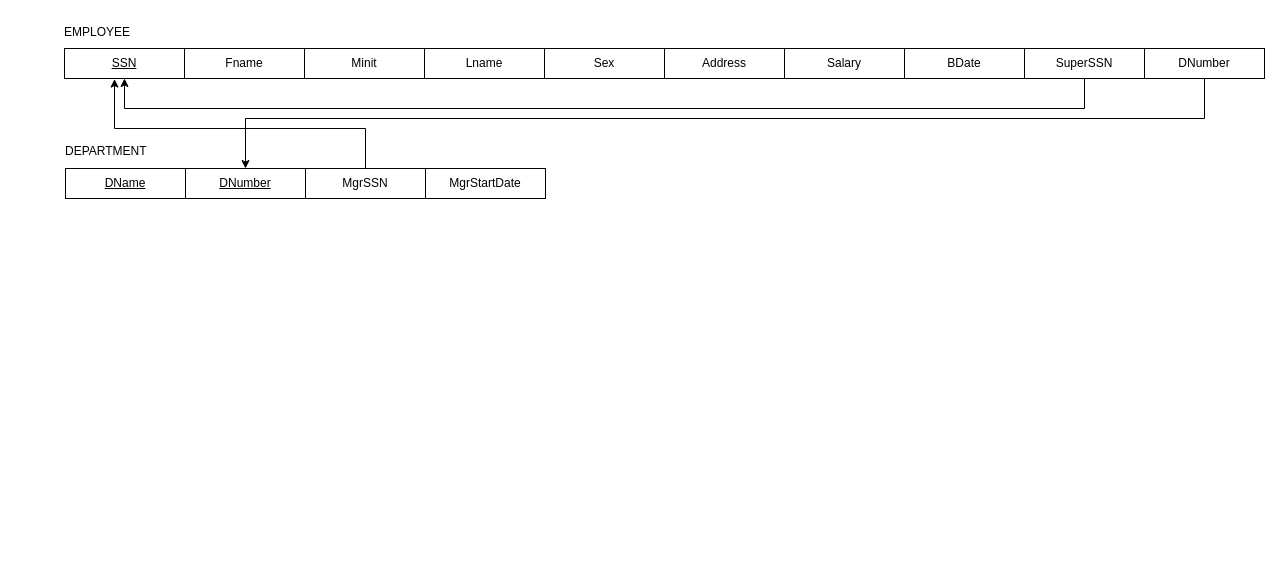
Earlier version of the draw.io diagram dbschema.drawio (melvinchia3636/erd). Source tidied: cells renumbered, new cells numbered last; positions are measured from the earlier drawing's top-left corner, leaving out a move shared by most shapes. Both pictures are drawn from the tidied source at 100%, with x=0, y=0 at pixel (62, 17).
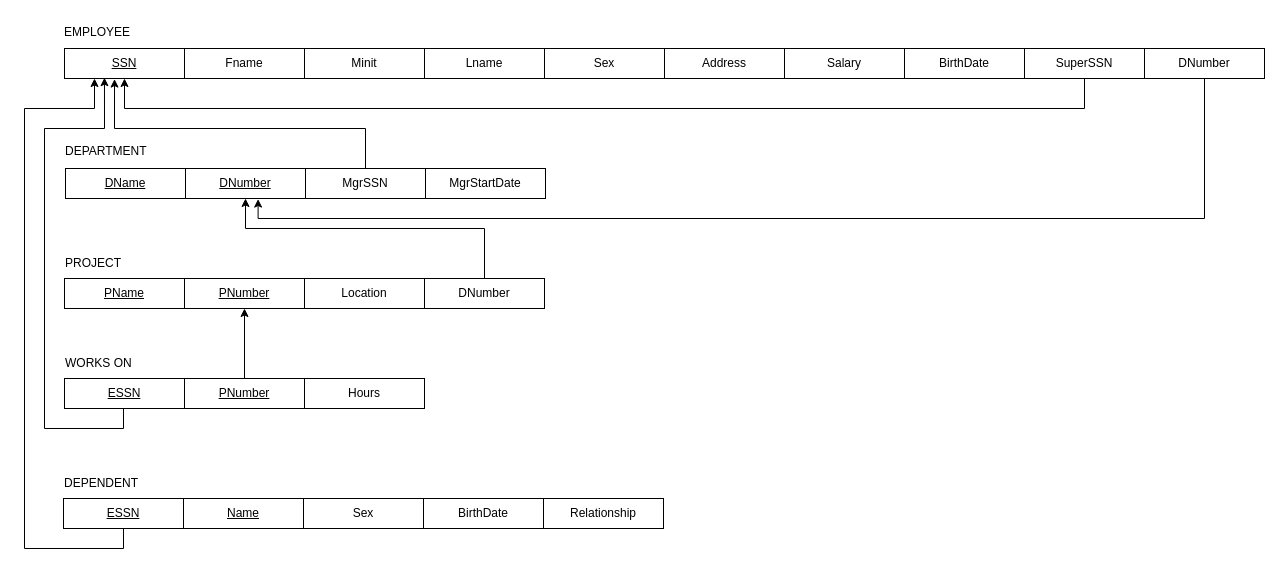
The same diagram, later.

The change refers to these unchanged cells:
```xml
<mxCell id="8" value="SSN" style="rounded=0;whiteSpace=wrap;html=1;fontStyle=4;" parent="1" vertex="1">
  <mxGeometry x="2" y="31" width="120" height="30" as="geometry" />
</mxCell>
<mxCell id="13" value="DNumber" style="rounded=0;whiteSpace=wrap;html=1;fontStyle=4;" parent="1" vertex="1">
  <mxGeometry x="123" y="151" width="120" height="30" as="geometry" />
</mxCell>
<mxCell id="15" value="DNumber" style="rounded=0;whiteSpace=wrap;html=1;" parent="1" vertex="1">
  <mxGeometry x="1082" y="31" width="120" height="30" as="geometry" />
</mxCell>
```

The edit, as a diff of the source:
```diff
@@
-    <mxCell id="14" style="edgeStyle=orthogonalEdgeStyle;rounded=0;jettySize=auto;html=1;entryX=0.5;entryY=0;entryDx=0;entryDy=0;exitX=0.5;exitY=1;exitDx=0;exitDy=0;" parent="1" edge="1" source="15" target="13">
+    <mxCell id="14" style="edgeStyle=orthogonalEdgeStyle;rounded=0;jettySize=auto;html=1;exitX=0.5;exitY=1;exitDx=0;exitDy=0;entryX=0.605;entryY=1.019;entryDx=0;entryDy=0;entryPerimeter=0;" parent="1" edge="1" source="15" target="13">
       <mxGeometry relative="1" as="geometry">
         <Array as="points">
-          <mxPoint x="1142" y="101" />
-          <mxPoint x="183" y="101" />
+          <mxPoint x="1142" y="201" />
+          <mxPoint x="196" y="201" />
         </Array>
       </mxGeometry>
     </mxCell>
@@
-    <mxCell id="20" value="BDate" style="rounded=0;whiteSpace=wrap;html=1;" parent="1" vertex="1">
+    <mxCell id="20" value="BirthDate" style="rounded=0;whiteSpace=wrap;html=1;" parent="1" vertex="1">
       <mxGeometry x="842" y="31" width="120" height="30" as="geometry" />
     </mxCell>
+    <mxCell id="21" value="PName" style="rounded=0;whiteSpace=wrap;html=1;fontStyle=4;" parent="1" vertex="1">
+      <mxGeometry x="2" y="261" width="120" height="30" as="geometry" />
+    </mxCell>
+    <mxCell id="22" value="PROJECT" style="text;html=1;align=left;verticalAlign=middle;whiteSpace=wrap;rounded=0;" parent="1" vertex="1">
+      <mxGeometry x="1" y="231" width="60" height="30" as="geometry" />
+    </mxCell>
+    <mxCell id="23" value="PNumber" style="rounded=0;whiteSpace=wrap;html=1;fontStyle=4;" parent="1" vertex="1">
+      <mxGeometry x="122" y="261" width="120" height="30" as="geometry" />
+    </mxCell>
+    <mxCell id="24" value="Location" style="rounded=0;whiteSpace=wrap;html=1;fontStyle=0;" parent="1" vertex="1">
+      <mxGeometry x="242" y="261" width="120" height="30" as="geometry" />
+    </mxCell>
+    <mxCell id="25" style="edgeStyle=orthogonalEdgeStyle;rounded=0;jettySize=auto;html=1;entryX=0.5;entryY=1;entryDx=0;entryDy=0;" parent="1" edge="1" source="26" target="13">
+      <mxGeometry relative="1" as="geometry">
+        <Array as="points">
+          <mxPoint x="422" y="211" />
+          <mxPoint x="183" y="211" />
+        </Array>
+      </mxGeometry>
+    </mxCell>
+    <mxCell id="26" value="DNumber" style="rounded=0;whiteSpace=wrap;html=1;fontStyle=0;" parent="1" vertex="1">
+      <mxGeometry x="362" y="261" width="120" height="30" as="geometry" />
+    </mxCell>
+    <mxCell id="27" style="edgeStyle=orthogonalEdgeStyle;rounded=0;jettySize=auto;html=1;entryX=0.333;entryY=0.974;entryDx=0;entryDy=0;entryPerimeter=0;exitX=0.5;exitY=1;exitDx=0;exitDy=0;" parent="1" edge="1" source="28" target="8">
+      <mxGeometry relative="1" as="geometry">
+        <Array as="points">
+          <mxPoint x="61" y="411" />
+          <mxPoint x="-18" y="411" />
+          <mxPoint x="-18" y="111" />
+          <mxPoint x="42" y="111" />
+        </Array>
+      </mxGeometry>
+    </mxCell>
+    <mxCell id="28" value="ESSN" style="rounded=0;whiteSpace=wrap;html=1;fontStyle=4;" parent="1" vertex="1">
+      <mxGeometry x="2" y="361" width="120" height="30" as="geometry" />
+    </mxCell>
+    <mxCell id="29" value="WORKS ON" style="text;html=1;align=left;verticalAlign=middle;whiteSpace=wrap;rounded=0;" parent="1" vertex="1">
+      <mxGeometry x="1" y="331" width="92" height="30" as="geometry" />
+    </mxCell>
+    <mxCell id="30" style="edgeStyle=orthogonalEdgeStyle;rounded=0;jettySize=auto;html=1;entryX=0.5;entryY=1;entryDx=0;entryDy=0;" parent="1" edge="1" source="31" target="23">
+      <mxGeometry relative="1" as="geometry" />
+    </mxCell>
+    <mxCell id="31" value="PNumber" style="rounded=0;whiteSpace=wrap;html=1;fontStyle=4;" parent="1" vertex="1">
+      <mxGeometry x="122" y="361" width="120" height="30" as="geometry" />
+    </mxCell>
+    <mxCell id="32" value="Hours" style="rounded=0;whiteSpace=wrap;html=1;fontStyle=0;" parent="1" vertex="1">
+      <mxGeometry x="242" y="361" width="120" height="30" as="geometry" />
+    </mxCell>
+    <mxCell id="33" style="edgeStyle=orthogonalEdgeStyle;rounded=0;jettySize=auto;html=1;entryX=0.25;entryY=1;entryDx=0;entryDy=0;exitX=0.5;exitY=1;exitDx=0;exitDy=0;" parent="1" edge="1" source="34" target="8">
+      <mxGeometry relative="1" as="geometry">
+        <Array as="points">
+          <mxPoint x="61" y="531" />
+          <mxPoint x="-38" y="531" />
+          <mxPoint x="-38" y="91" />
+          <mxPoint x="32" y="91" />
+        </Array>
+      </mxGeometry>
+    </mxCell>
+    <mxCell id="34" value="ESSN" style="rounded=0;whiteSpace=wrap;html=1;fontStyle=4;" parent="1" vertex="1">
+      <mxGeometry x="1" y="481" width="120" height="30" as="geometry" />
+    </mxCell>
+    <mxCell id="35" value="DEPENDENT" style="text;html=1;align=left;verticalAlign=middle;whiteSpace=wrap;rounded=0;" parent="1" vertex="1">
+      <mxGeometry y="451" width="92" height="30" as="geometry" />
+    </mxCell>
+    <mxCell id="36" value="Name" style="rounded=0;whiteSpace=wrap;html=1;fontStyle=4;" parent="1" vertex="1">
+      <mxGeometry x="121" y="481" width="120" height="30" as="geometry" />
+    </mxCell>
+    <mxCell id="37" value="Sex" style="rounded=0;whiteSpace=wrap;html=1;fontStyle=0;" parent="1" vertex="1">
+      <mxGeometry x="241" y="481" width="120" height="30" as="geometry" />
+    </mxCell>
+    <mxCell id="38" value="BirthDate" style="rounded=0;whiteSpace=wrap;html=1;fontStyle=0;" parent="1" vertex="1">
+      <mxGeometry x="361" y="481" width="120" height="30" as="geometry" />
+    </mxCell>
+    <mxCell id="39" value="Relationship" style="rounded=0;whiteSpace=wrap;html=1;fontStyle=0;" parent="1" vertex="1">
+      <mxGeometry x="481" y="481" width="120" height="30" as="geometry" />
+    </mxCell>
```
